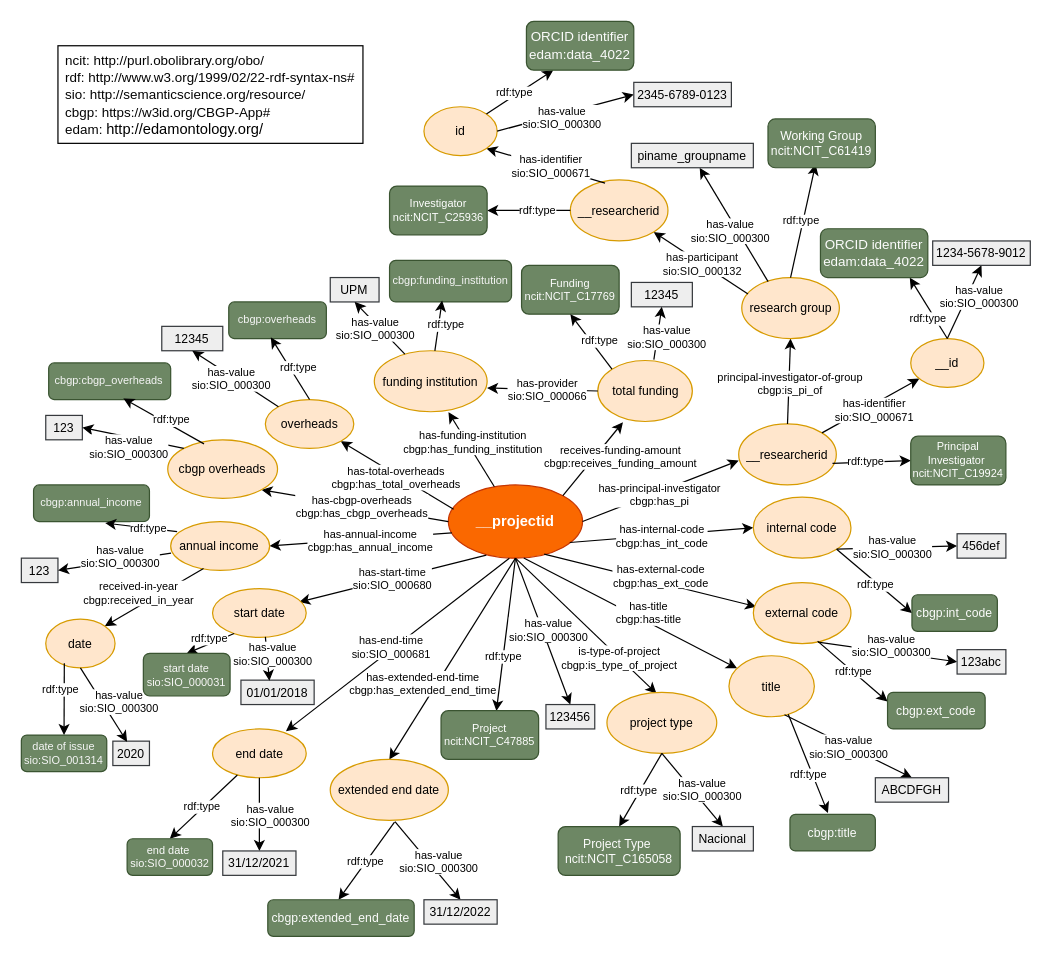
Above: SemanticModels/projects-model.drawio in CBGP-UPM-INIA-PUBLIC/CBGP-Databases (draw.io), before the change. Source tidied: cells renumbered, new cells numbered last; positions are measured from the earlier drawing's top-left corner, leaving out a move shared by most shapes. Both pictures are drawn from the tidied source at 122%, with x=0, y=0 at pixel (21, 21).
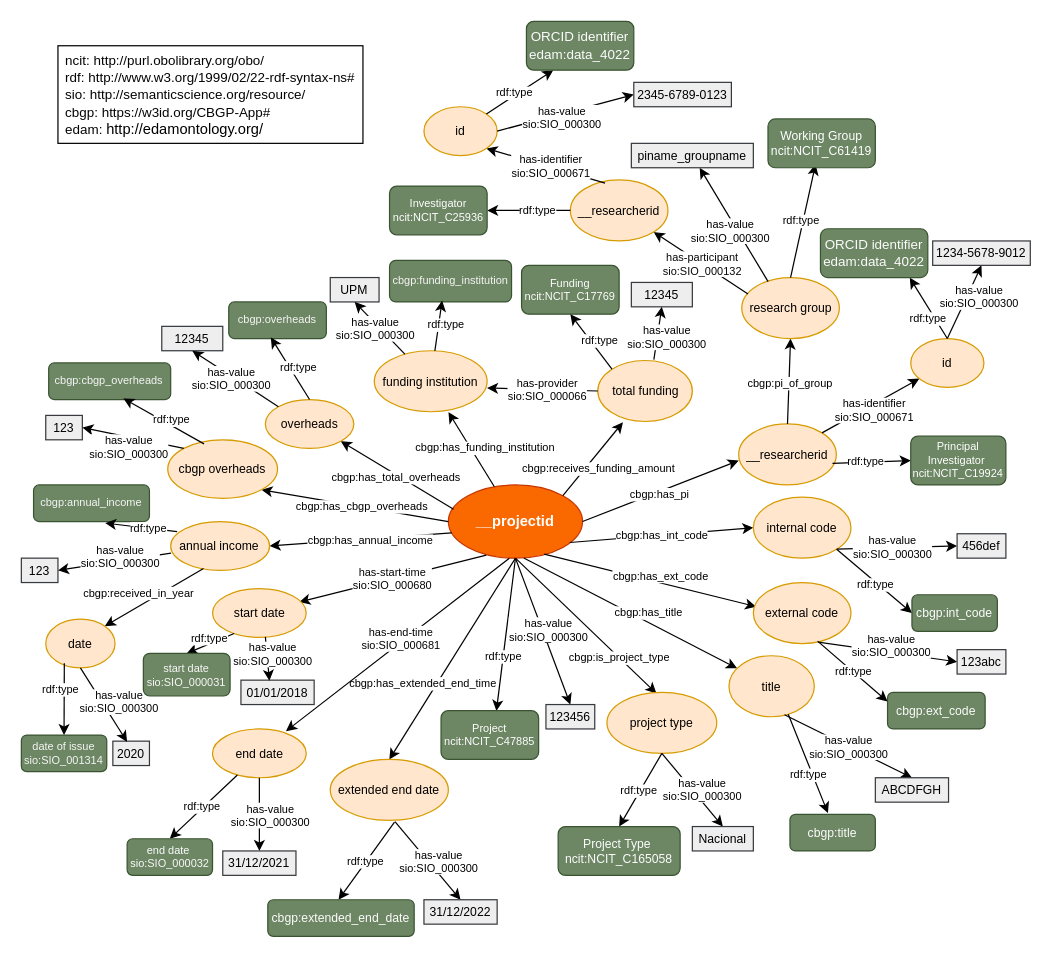
The same diagram, later.

The change refers to these unchanged cells:
```xml
<mxCell id="10" style="endArrow=classic;html=1;rounded=0;entryX=0.451;entryY=0.018;entryDx=0;entryDy=0;entryPerimeter=0;exitX=0.5;exitY=1;exitDx=0;exitDy=0;" parent="1" edge="1" source="2" target="12">
  <mxGeometry relative="1" as="geometry" />
</mxCell>
<mxCell id="19" style="endArrow=classic;html=1;rounded=0;exitX=0.562;exitY=0.998;exitDx=0;exitDy=0;exitPerimeter=0;" parent="1" edge="1" source="2" target="21">
  <mxGeometry relative="1" as="geometry" />
</mxCell>
<mxCell id="28" style="endArrow=classic;html=1;rounded=0;exitX=0.714;exitY=0.944;exitDx=0;exitDy=0;exitPerimeter=0;entryX=0.029;entryY=0.395;entryDx=0;entryDy=0;entryPerimeter=0;" parent="1" edge="1" source="2" target="30">
  <mxGeometry relative="1" as="geometry" />
</mxCell>
<mxCell id="37" style="endArrow=classic;html=1;rounded=0;exitX=0.905;exitY=0.786;exitDx=0;exitDy=0;exitPerimeter=0;entryX=0;entryY=0.5;entryDx=0;entryDy=0;" parent="1" edge="1" source="2" target="39">
  <mxGeometry relative="1" as="geometry" />
</mxCell>
<mxCell id="46" style="endArrow=classic;html=1;rounded=0;exitX=1;exitY=0.5;exitDx=0;exitDy=0;entryX=0;entryY=0.6;entryDx=0;entryDy=0;entryPerimeter=0;" parent="1" edge="1" source="2" target="48">
  <mxGeometry relative="1" as="geometry" />
</mxCell>
<mxCell id="61" style="endArrow=classic;html=1;rounded=0;entryX=0.5;entryY=1;entryDx=0;entryDy=0;exitX=0.5;exitY=0;exitDx=0;exitDy=0;" parent="1" edge="1" source="48" target="63">
  <mxGeometry relative="1" as="geometry" />
</mxCell>
<mxCell id="85" style="endArrow=classic;html=1;rounded=0;entryX=0.657;entryY=1.007;entryDx=0;entryDy=0;entryPerimeter=0;" parent="1" edge="1" source="2" target="87">
  <mxGeometry relative="1" as="geometry" />
</mxCell>
<mxCell id="92" style="endArrow=classic;html=1;rounded=0;exitX=1;exitY=0;exitDx=0;exitDy=0;entryX=0.266;entryY=1.012;entryDx=0;entryDy=0;entryPerimeter=0;" parent="1" edge="1" source="2" target="94">
  <mxGeometry relative="1" as="geometry" />
</mxCell>
<mxCell id="105" style="endArrow=classic;html=1;rounded=0;exitX=0.039;exitY=0.333;exitDx=0;exitDy=0;entryX=1;entryY=1;entryDx=0;entryDy=0;exitPerimeter=0;" parent="1" edge="1" source="2" target="107">
  <mxGeometry relative="1" as="geometry" />
</mxCell>
<mxCell id="114" style="endArrow=classic;html=1;rounded=0;exitX=0;exitY=0.5;exitDx=0;exitDy=0;entryX=1;entryY=1;entryDx=0;entryDy=0;" parent="1" edge="1" source="2" target="116">
  <mxGeometry relative="1" as="geometry" />
</mxCell>
<mxCell id="123" style="endArrow=classic;html=1;rounded=0;entryX=1;entryY=0.5;entryDx=0;entryDy=0;exitX=0.026;exitY=0.655;exitDx=0;exitDy=0;exitPerimeter=0;" parent="1" edge="1" source="2" target="125">
  <mxGeometry relative="1" as="geometry" />
</mxCell>
<mxCell id="132" style="endArrow=classic;html=1;rounded=0;entryX=0.5;entryY=0;entryDx=0;entryDy=0;exitX=0.5;exitY=1;exitDx=0;exitDy=0;" parent="1" edge="1" source="2" target="134">
  <mxGeometry relative="1" as="geometry" />
</mxCell>
<mxCell id="135" style="endArrow=classic;html=1;rounded=0;entryX=0.784;entryY=0.045;entryDx=0;entryDy=0;entryPerimeter=0;" parent="1" edge="1" target="139">
  <mxGeometry relative="1" as="geometry">
    <mxPoint x="400" y="440" as="sourcePoint" />
  </mxGeometry>
</mxCell>
<mxCell id="141" style="endArrow=classic;html=1;rounded=0;exitX=0.332;exitY=0.964;exitDx=0;exitDy=0;exitPerimeter=0;entryX=1;entryY=0;entryDx=0;entryDy=0;" parent="1" edge="1" source="125" target="143">
  <mxGeometry relative="1" as="geometry" />
</mxCell>
```

The edit, as a diff of the source:
```diff
@@
-    <mxCell id="11" value="is-type-of-project&lt;div&gt;cbgp:is_type_of_project&lt;/div&gt;" style="edgeLabel;html=1;align=center;verticalAlign=middle;fontSize=9;" parent="10" vertex="1">
+    <mxCell id="11" value="&lt;div&gt;cbgp:is_project_type&lt;/div&gt;" style="edgeLabel;html=1;align=center;verticalAlign=middle;fontSize=9;" parent="10" vertex="1">
       <mxGeometry relative="1" as="geometry">
         <mxPoint x="27" y="26" as="offset" />
       </mxGeometry>
     </mxCell>
@@
-    <mxCell id="20" value="has-title&lt;div&gt;cbgp:has-title&lt;/div&gt;" style="edgeLabel;html=1;align=center;verticalAlign=middle;fontSize=9;" parent="19" vertex="1">
+    <mxCell id="20" value="&lt;div&gt;cbgp:has_title&lt;/div&gt;" style="edgeLabel;html=1;align=center;verticalAlign=middle;fontSize=9;" parent="19" vertex="1">
       <mxGeometry relative="1" as="geometry">
         <mxPoint x="15" as="offset" />
       </mxGeometry>
     </mxCell>
@@
-    <mxCell id="29" value="has-external-code&lt;div&gt;cbgp:has_ext_code&lt;/div&gt;" style="edgeLabel;html=1;align=center;verticalAlign=middle;fontSize=9;" parent="28" vertex="1">
+    <mxCell id="29" value="&lt;div&gt;cbgp:has_ext_code&lt;/div&gt;" style="edgeLabel;html=1;align=center;verticalAlign=middle;fontSize=9;" parent="28" vertex="1">
       <mxGeometry relative="1" as="geometry">
         <mxPoint x="8" y="-4" as="offset" />
       </mxGeometry>
     </mxCell>
@@
-    <mxCell id="38" value="has-internal-code&lt;div&gt;cbgp:has_int_code&lt;/div&gt;" style="edgeLabel;html=1;align=center;verticalAlign=middle;fontSize=9;" parent="37" vertex="1">
+    <mxCell id="38" value="&lt;div&gt;cbgp:has_int_code&lt;/div&gt;" style="edgeLabel;html=1;align=center;verticalAlign=middle;fontSize=9;" parent="37" vertex="1">
       <mxGeometry relative="1" as="geometry" />
     </mxCell>
@@
-    <mxCell id="47" value="has-principal-investigator&lt;div&gt;cbgp:has_pi&lt;/div&gt;" style="edgeLabel;html=1;align=center;verticalAlign=middle;fontSize=9;" parent="46" vertex="1">
+    <mxCell id="47" value="&lt;div&gt;cbgp:has_pi&lt;/div&gt;" style="edgeLabel;html=1;align=center;verticalAlign=middle;fontSize=9;" parent="46" vertex="1">
       <mxGeometry relative="1" as="geometry">
         <mxPoint x="-2" y="3" as="offset" />
       </mxGeometry>
     </mxCell>
@@
-    <mxCell id="51" value="__id" style="ellipse;whiteSpace=wrap;html=1;fillColor=#ffe6cc;strokeColor=#d79b00;fontSize=10;fontColor=#000000;" parent="1" vertex="1">
+    <mxCell id="51" value="id" style="ellipse;whiteSpace=wrap;html=1;fillColor=#ffe6cc;strokeColor=#d79b00;fontSize=10;fontColor=#000000;" parent="1" vertex="1">
       <mxGeometry x="729" y="260" width="60" height="40" as="geometry" />
     </mxCell>
@@
-    <mxCell id="62" value="principal-investigator-of-group&lt;div&gt;cbgp:is_pi_of&lt;/div&gt;" style="edgeLabel;html=1;align=center;verticalAlign=middle;fontSize=9;" parent="61" vertex="1">
+    <mxCell id="62" value="&lt;div&gt;cbgp:pi_of_group&lt;/div&gt;" style="edgeLabel;html=1;align=center;verticalAlign=middle;fontSize=9;" parent="61" vertex="1">
       <mxGeometry relative="1" as="geometry">
         <mxPoint y="1" as="offset" />
       </mxGeometry>
     </mxCell>
@@
-    <mxCell id="86" value="has-funding-institution&lt;div&gt;cbgp:has_funding_institution&lt;/div&gt;" style="edgeLabel;html=1;align=center;verticalAlign=middle;fontSize=9;" parent="85" vertex="1">
+    <mxCell id="86" value="&lt;div&gt;cbgp:has_funding_institution&lt;/div&gt;" style="edgeLabel;html=1;align=center;verticalAlign=middle;fontSize=9;" parent="85" vertex="1">
       <mxGeometry relative="1" as="geometry">
-        <mxPoint x="1" y="-6" as="offset" />
+        <mxPoint x="11" y="-1" as="offset" />
       </mxGeometry>
     </mxCell>
@@
-    <mxCell id="93" value="receives-funding-amount&lt;div&gt;cbgp:receives_funding_amount&lt;/div&gt;" style="edgeLabel;html=1;align=center;verticalAlign=middle;fontSize=9;" parent="92" vertex="1">
+    <mxCell id="93" value="&lt;div&gt;cbgp:receives_funding_amount&lt;/div&gt;" style="edgeLabel;html=1;align=center;verticalAlign=middle;fontSize=9;" parent="92" vertex="1">
       <mxGeometry relative="1" as="geometry">
-        <mxPoint x="22" y="-2" as="offset" />
+        <mxPoint x="4" y="8" as="offset" />
       </mxGeometry>
     </mxCell>
@@
-    <mxCell id="106" value="has-total-overheads&lt;div&gt;cbgp:has_total_overheads&lt;/div&gt;" style="edgeLabel;html=1;align=center;verticalAlign=middle;fontSize=9;" parent="105" vertex="1">
+    <mxCell id="106" value="&lt;div&gt;cbgp:has_total_overheads&lt;/div&gt;" style="edgeLabel;html=1;align=center;verticalAlign=middle;fontSize=9;" parent="105" vertex="1">
       <mxGeometry relative="1" as="geometry">
         <mxPoint x="-2" y="1" as="offset" />
       </mxGeometry>
     </mxCell>
@@
-    <mxCell id="115" value="has-cbgp-overheads&lt;div&gt;cbgp:has_cbgp_overheads&lt;/div&gt;" style="edgeLabel;html=1;align=center;verticalAlign=middle;fontSize=9;" parent="114" vertex="1">
+    <mxCell id="115" value="&lt;div&gt;cbgp:has_cbgp_overheads&lt;/div&gt;" style="edgeLabel;html=1;align=center;verticalAlign=middle;fontSize=9;" parent="114" vertex="1">
       <mxGeometry relative="1" as="geometry">
         <mxPoint x="5" y="1" as="offset" />
       </mxGeometry>
     </mxCell>
@@
-    <mxCell id="124" value="has-annual-income&lt;div&gt;cbgp:has_annual_income&lt;/div&gt;" style="edgeLabel;html=1;align=center;verticalAlign=middle;fontSize=9;" parent="123" vertex="1">
+    <mxCell id="124" value="&lt;div&gt;cbgp:has_annual_income&lt;/div&gt;" style="edgeLabel;html=1;align=center;verticalAlign=middle;fontSize=9;" parent="123" vertex="1">
       <mxGeometry relative="1" as="geometry">
         <mxPoint x="7" y="1" as="offset" />
       </mxGeometry>
     </mxCell>
@@
-    <mxCell id="133" value="has-extended-end-time&lt;div&gt;cbgp:has_extended_end_time&lt;/div&gt;" style="edgeLabel;html=1;align=center;verticalAlign=middle;fontSize=9;" parent="132" vertex="1">
+    <mxCell id="133" value="&lt;div&gt;cbgp:has_extended_end_time&lt;/div&gt;" style="edgeLabel;html=1;align=center;verticalAlign=middle;fontSize=9;" parent="132" vertex="1">
       <mxGeometry relative="1" as="geometry">
         <mxPoint x="-25" y="20" as="offset" />
       </mxGeometry>
     </mxCell>
@@
     <mxCell id="136" value="has-end-time&lt;div&gt;sio:&lt;span style=&quot;font-family: &amp;quot;IBM Plex Sans&amp;quot;, Helvetica, Arial, sans-serif; text-align: start; text-wrap-mode: wrap; background-color: light-dark(#ffffff, var(--ge-dark-color, #121212));&quot;&gt;SIO_000681&lt;/span&gt;&lt;/div&gt;" style="edgeLabel;html=1;align=center;verticalAlign=middle;fontSize=9;fontColor=light-dark(#050505, #ededed);" parent="135" vertex="1">
       <mxGeometry relative="1" as="geometry">
-        <mxPoint x="-6" y="1" as="offset" />
+        <mxPoint x="2" y="-6" as="offset" />
       </mxGeometry>
     </mxCell>
@@
-    <mxCell id="142" value="received-in-year&lt;div&gt;cbgp:received_in_year&lt;/div&gt;" style="edgeLabel;html=1;align=center;verticalAlign=middle;fontSize=9;" parent="141" vertex="1">
+    <mxCell id="142" value="&lt;div&gt;cbgp:received_in_year&lt;/div&gt;" style="edgeLabel;html=1;align=center;verticalAlign=middle;fontSize=9;" parent="141" vertex="1">
       <mxGeometry relative="1" as="geometry">
         <mxPoint x="-13" y="-4" as="offset" />
       </mxGeometry>
     </mxCell>
```
